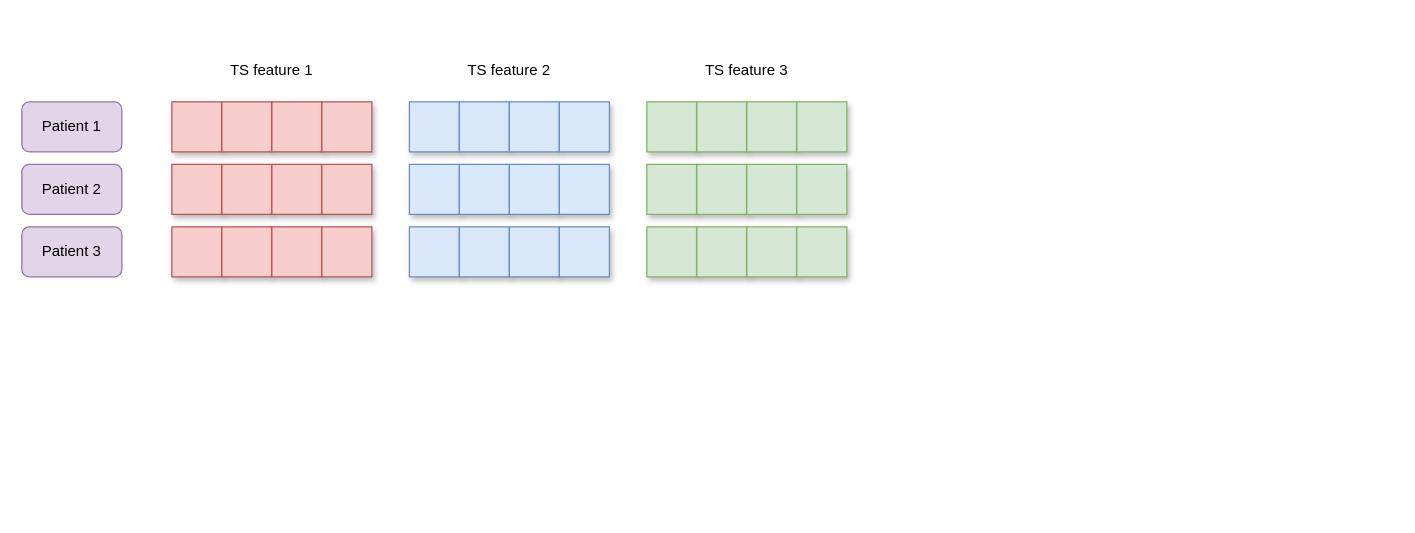
This is diagrams/TSPFN-multivariate-space.drawio from Jeremstym/pretrainingTSPFN, a draw.io file, before an edit. Source tidied: cells renumbered, new cells numbered last; positions are measured from the earlier drawing's top-left corner, leaving out a move shared by most shapes. Both pictures are drawn from the tidied source at 125%, with x=0, y=0 at pixel (21, 51).
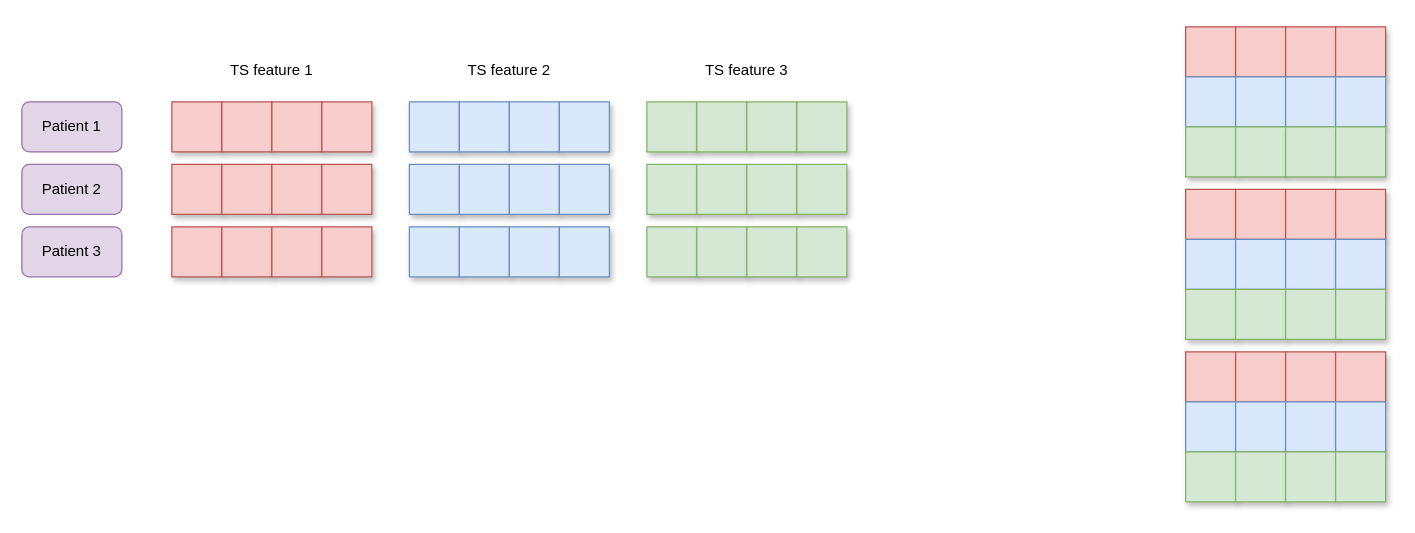
The same diagram, later.

Commit message (it also covers changes not shown here):
Mettre à jour TSPFN-multivariate-space.drawio

What changed in the source:
```diff
@@
+    <mxCell id="44" style="rounded=0;whiteSpace=wrap;html=1;fillColor=#f8cecc;strokeColor=#b85450;shadow=1;" parent="1" vertex="1">
+      <mxGeometry x="931" y="-20" width="40" height="40" as="geometry" />
+    </mxCell>
+    <mxCell id="45" style="rounded=0;whiteSpace=wrap;html=1;fillColor=#f8cecc;strokeColor=#b85450;shadow=1;" parent="1" vertex="1">
+      <mxGeometry x="971" y="-20" width="40" height="40" as="geometry" />
+    </mxCell>
+    <mxCell id="46" style="rounded=0;whiteSpace=wrap;html=1;fillColor=#f8cecc;strokeColor=#b85450;shadow=1;" parent="1" vertex="1">
+      <mxGeometry x="1011" y="-20" width="40" height="40" as="geometry" />
+    </mxCell>
+    <mxCell id="47" style="rounded=0;whiteSpace=wrap;html=1;fillColor=#f8cecc;strokeColor=#b85450;shadow=1;" parent="1" vertex="1">
+      <mxGeometry x="1051" y="-20" width="40" height="40" as="geometry" />
+    </mxCell>
+    <mxCell id="48" style="rounded=0;whiteSpace=wrap;html=1;fillColor=#dae8fc;strokeColor=#6c8ebf;shadow=1;" parent="1" vertex="1">
+      <mxGeometry x="931" y="20" width="40" height="40" as="geometry" />
+    </mxCell>
+    <mxCell id="49" style="rounded=0;whiteSpace=wrap;html=1;fillColor=#dae8fc;strokeColor=#6c8ebf;shadow=1;" parent="1" vertex="1">
+      <mxGeometry x="971" y="20" width="40" height="40" as="geometry" />
+    </mxCell>
+    <mxCell id="50" style="rounded=0;whiteSpace=wrap;html=1;fillColor=#dae8fc;strokeColor=#6c8ebf;shadow=1;" parent="1" vertex="1">
+      <mxGeometry x="1011" y="20" width="40" height="40" as="geometry" />
+    </mxCell>
+    <mxCell id="51" style="rounded=0;whiteSpace=wrap;html=1;fillColor=#dae8fc;strokeColor=#6c8ebf;shadow=1;" parent="1" vertex="1">
+      <mxGeometry x="1051" y="20" width="40" height="40" as="geometry" />
+    </mxCell>
+    <mxCell id="52" style="rounded=0;whiteSpace=wrap;html=1;fillColor=#d5e8d4;strokeColor=#82b366;shadow=1;" parent="1" vertex="1">
+      <mxGeometry x="931" y="60" width="40" height="40" as="geometry" />
+    </mxCell>
+    <mxCell id="53" style="rounded=0;whiteSpace=wrap;html=1;fillColor=#d5e8d4;strokeColor=#82b366;shadow=1;" parent="1" vertex="1">
+      <mxGeometry x="971" y="60" width="40" height="40" as="geometry" />
+    </mxCell>
+    <mxCell id="54" style="rounded=0;whiteSpace=wrap;html=1;fillColor=#d5e8d4;strokeColor=#82b366;shadow=1;" parent="1" vertex="1">
+      <mxGeometry x="1011" y="60" width="40" height="40" as="geometry" />
+    </mxCell>
+    <mxCell id="55" style="rounded=0;whiteSpace=wrap;html=1;fillColor=#d5e8d4;strokeColor=#82b366;shadow=1;" parent="1" vertex="1">
+      <mxGeometry x="1051" y="60" width="40" height="40" as="geometry" />
+    </mxCell>
+    <mxCell id="56" style="rounded=0;whiteSpace=wrap;html=1;fillColor=#f8cecc;strokeColor=#b85450;shadow=1;" parent="1" vertex="1">
+      <mxGeometry x="931" y="110" width="40" height="40" as="geometry" />
+    </mxCell>
+    <mxCell id="57" style="rounded=0;whiteSpace=wrap;html=1;fillColor=#f8cecc;strokeColor=#b85450;shadow=1;" parent="1" vertex="1">
+      <mxGeometry x="971" y="110" width="40" height="40" as="geometry" />
+    </mxCell>
+    <mxCell id="58" style="rounded=0;whiteSpace=wrap;html=1;fillColor=#f8cecc;strokeColor=#b85450;shadow=1;" parent="1" vertex="1">
+      <mxGeometry x="1011" y="110" width="40" height="40" as="geometry" />
+    </mxCell>
+    <mxCell id="59" style="rounded=0;whiteSpace=wrap;html=1;fillColor=#f8cecc;strokeColor=#b85450;shadow=1;" parent="1" vertex="1">
+      <mxGeometry x="1051" y="110" width="40" height="40" as="geometry" />
+    </mxCell>
+    <mxCell id="60" style="rounded=0;whiteSpace=wrap;html=1;fillColor=#dae8fc;strokeColor=#6c8ebf;shadow=1;" parent="1" vertex="1">
+      <mxGeometry x="931" y="150" width="40" height="40" as="geometry" />
+    </mxCell>
+    <mxCell id="61" style="rounded=0;whiteSpace=wrap;html=1;fillColor=#dae8fc;strokeColor=#6c8ebf;shadow=1;" parent="1" vertex="1">
+      <mxGeometry x="971" y="150" width="40" height="40" as="geometry" />
+    </mxCell>
+    <mxCell id="62" style="rounded=0;whiteSpace=wrap;html=1;fillColor=#dae8fc;strokeColor=#6c8ebf;shadow=1;" parent="1" vertex="1">
+      <mxGeometry x="1011" y="150" width="40" height="40" as="geometry" />
+    </mxCell>
+    <mxCell id="63" style="rounded=0;whiteSpace=wrap;html=1;fillColor=#dae8fc;strokeColor=#6c8ebf;shadow=1;" parent="1" vertex="1">
+      <mxGeometry x="1051" y="150" width="40" height="40" as="geometry" />
+    </mxCell>
+    <mxCell id="64" style="rounded=0;whiteSpace=wrap;html=1;fillColor=#d5e8d4;strokeColor=#82b366;shadow=1;" parent="1" vertex="1">
+      <mxGeometry x="931" y="190" width="40" height="40" as="geometry" />
+    </mxCell>
+    <mxCell id="65" style="rounded=0;whiteSpace=wrap;html=1;fillColor=#d5e8d4;strokeColor=#82b366;shadow=1;" parent="1" vertex="1">
+      <mxGeometry x="971" y="190" width="40" height="40" as="geometry" />
+    </mxCell>
+    <mxCell id="66" style="rounded=0;whiteSpace=wrap;html=1;fillColor=#d5e8d4;strokeColor=#82b366;shadow=1;" parent="1" vertex="1">
+      <mxGeometry x="1011" y="190" width="40" height="40" as="geometry" />
+    </mxCell>
+    <mxCell id="67" style="rounded=0;whiteSpace=wrap;html=1;fillColor=#d5e8d4;strokeColor=#82b366;shadow=1;" parent="1" vertex="1">
+      <mxGeometry x="1051" y="190" width="40" height="40" as="geometry" />
+    </mxCell>
+    <mxCell id="68" style="rounded=0;whiteSpace=wrap;html=1;fillColor=#f8cecc;strokeColor=#b85450;shadow=1;" parent="1" vertex="1">
+      <mxGeometry x="931" y="240" width="40" height="40" as="geometry" />
+    </mxCell>
+    <mxCell id="69" style="rounded=0;whiteSpace=wrap;html=1;fillColor=#f8cecc;strokeColor=#b85450;shadow=1;" parent="1" vertex="1">
+      <mxGeometry x="971" y="240" width="40" height="40" as="geometry" />
+    </mxCell>
+    <mxCell id="70" style="rounded=0;whiteSpace=wrap;html=1;fillColor=#f8cecc;strokeColor=#b85450;shadow=1;" parent="1" vertex="1">
+      <mxGeometry x="1011" y="240" width="40" height="40" as="geometry" />
+    </mxCell>
+    <mxCell id="71" style="rounded=0;whiteSpace=wrap;html=1;fillColor=#f8cecc;strokeColor=#b85450;shadow=1;" parent="1" vertex="1">
+      <mxGeometry x="1051" y="240" width="40" height="40" as="geometry" />
+    </mxCell>
+    <mxCell id="72" style="rounded=0;whiteSpace=wrap;html=1;fillColor=#dae8fc;strokeColor=#6c8ebf;shadow=1;" parent="1" vertex="1">
+      <mxGeometry x="931" y="280" width="40" height="40" as="geometry" />
+    </mxCell>
+    <mxCell id="73" style="rounded=0;whiteSpace=wrap;html=1;fillColor=#dae8fc;strokeColor=#6c8ebf;shadow=1;" parent="1" vertex="1">
+      <mxGeometry x="971" y="280" width="40" height="40" as="geometry" />
+    </mxCell>
+    <mxCell id="74" style="rounded=0;whiteSpace=wrap;html=1;fillColor=#dae8fc;strokeColor=#6c8ebf;shadow=1;" parent="1" vertex="1">
+      <mxGeometry x="1011" y="280" width="40" height="40" as="geometry" />
+    </mxCell>
+    <mxCell id="75" style="rounded=0;whiteSpace=wrap;html=1;fillColor=#dae8fc;strokeColor=#6c8ebf;shadow=1;" parent="1" vertex="1">
+      <mxGeometry x="1051" y="280" width="40" height="40" as="geometry" />
+    </mxCell>
+    <mxCell id="76" style="rounded=0;whiteSpace=wrap;html=1;fillColor=#d5e8d4;strokeColor=#82b366;shadow=1;" parent="1" vertex="1">
+      <mxGeometry x="931" y="320" width="40" height="40" as="geometry" />
+    </mxCell>
+    <mxCell id="77" style="rounded=0;whiteSpace=wrap;html=1;fillColor=#d5e8d4;strokeColor=#82b366;shadow=1;" parent="1" vertex="1">
+      <mxGeometry x="971" y="320" width="40" height="40" as="geometry" />
+    </mxCell>
+    <mxCell id="78" style="rounded=0;whiteSpace=wrap;html=1;fillColor=#d5e8d4;strokeColor=#82b366;shadow=1;" parent="1" vertex="1">
+      <mxGeometry x="1011" y="320" width="40" height="40" as="geometry" />
+    </mxCell>
+    <mxCell id="79" style="rounded=0;whiteSpace=wrap;html=1;fillColor=#d5e8d4;strokeColor=#82b366;shadow=1;" parent="1" vertex="1">
+      <mxGeometry x="1051" y="320" width="40" height="40" as="geometry" />
+    </mxCell>
```
